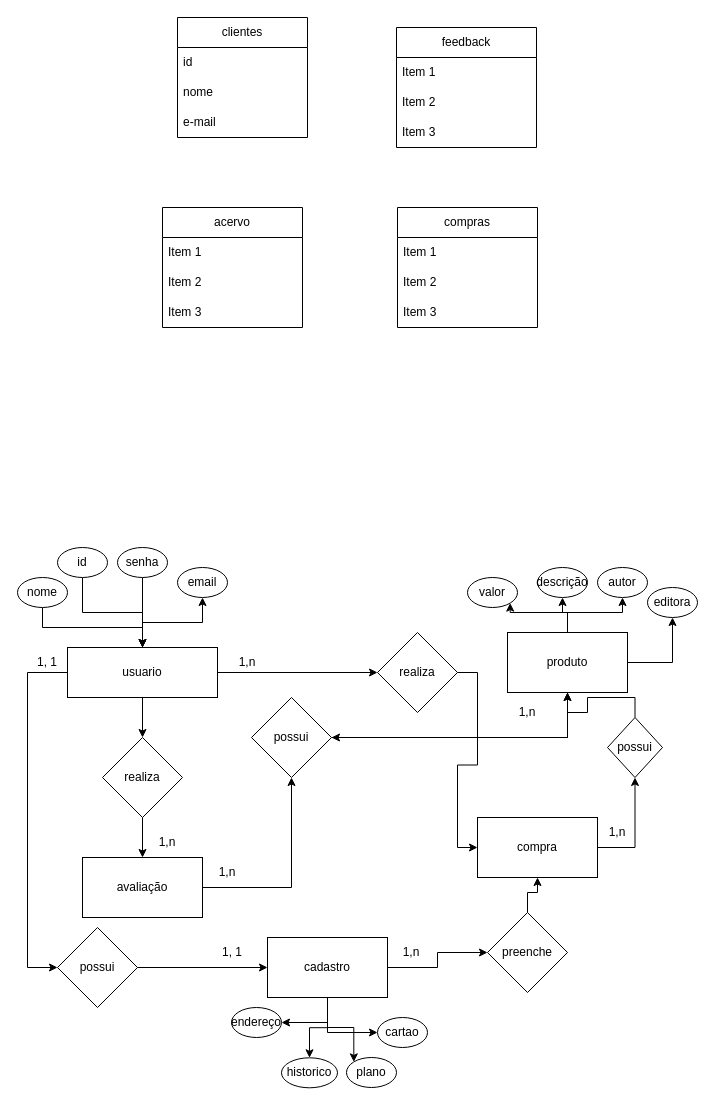
Earlier version of the draw.io diagram Diagrama sem nome.drawio (Pedro1AF/Backlog). Source tidied: cells renumbered, new cells numbered last; positions are measured from the earlier drawing's top-left corner, leaving out a move shared by most shapes. Both pictures are drawn from the tidied source at 100%, with x=0, y=0 at pixel (17, 17).
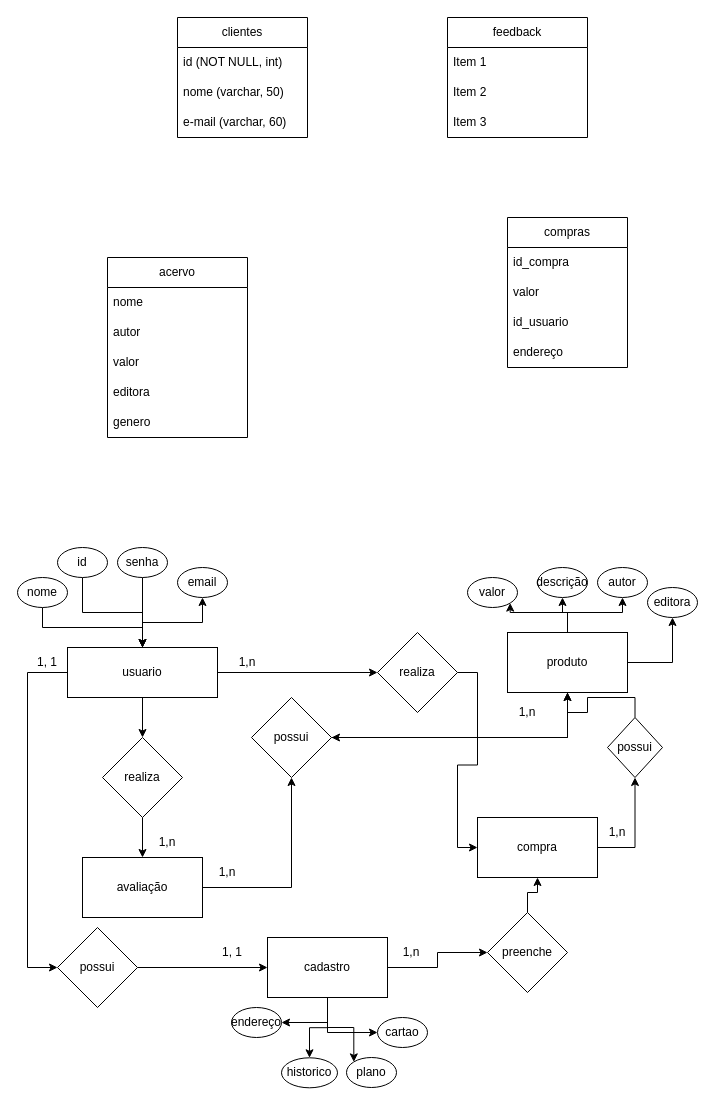
After the change.

Commit message:
cloquei um pouco mais no de classe

The change refers to these unchanged cells:
```xml
<mxCell id="59" value="clientes" style="swimlane;fontStyle=0;horizontal=1;startSize=30;whiteSpace=wrap;html=1;" parent="1" vertex="1">
  <mxGeometry x="160" width="130" height="120" as="geometry" />
</mxCell>
```

The edit, as a diff of the source:
```diff
@@
-    <mxCell id="60" value="id&lt;span style=&quot;white-space: pre;&quot;&gt;&#9;&lt;/span&gt;" style="text;strokeColor=none;fillColor=none;align=left;verticalAlign=middle;spacingLeft=4;spacingRight=4;overflow=hidden;whiteSpace=wrap;html=1;" parent="59" vertex="1">
+    <mxCell id="60" value="id (NOT NULL, int)&lt;span style=&quot;white-space: pre;&quot;&gt;&#9;&lt;/span&gt;" style="text;strokeColor=none;fillColor=none;align=left;verticalAlign=middle;spacingLeft=4;spacingRight=4;overflow=hidden;whiteSpace=wrap;html=1;" parent="59" vertex="1">
       <mxGeometry y="30" width="130" height="30" as="geometry" />
     </mxCell>
-    <mxCell id="61" value="nome" style="text;strokeColor=none;fillColor=none;align=left;verticalAlign=middle;spacingLeft=4;spacingRight=4;overflow=hidden;whiteSpace=wrap;html=1;" parent="59" vertex="1">
+    <mxCell id="61" value="nome (varchar, 50)" style="text;strokeColor=none;fillColor=none;align=left;verticalAlign=middle;spacingLeft=4;spacingRight=4;overflow=hidden;whiteSpace=wrap;html=1;" parent="59" vertex="1">
       <mxGeometry y="60" width="130" height="30" as="geometry" />
     </mxCell>
-    <mxCell id="62" value="e-mail" style="text;strokeColor=none;fillColor=none;align=left;verticalAlign=middle;spacingLeft=4;spacingRight=4;overflow=hidden;whiteSpace=wrap;html=1;" parent="59" vertex="1">
+    <mxCell id="62" value="e-mail (varchar, 60)" style="text;strokeColor=none;fillColor=none;align=left;verticalAlign=middle;spacingLeft=4;spacingRight=4;overflow=hidden;whiteSpace=wrap;html=1;" parent="59" vertex="1">
       <mxGeometry y="90" width="130" height="30" as="geometry" />
     </mxCell>
     <mxCell id="63" value="acervo" style="swimlane;fontStyle=0;horizontal=1;startSize=30;whiteSpace=wrap;html=1;" parent="1" vertex="1">
-      <mxGeometry x="145" y="190" width="140" height="120" as="geometry" />
+      <mxGeometry x="90" y="240" width="140" height="180" as="geometry" />
     </mxCell>
-    <mxCell id="64" value="Item 1" style="text;strokeColor=none;fillColor=none;align=left;verticalAlign=middle;spacingLeft=4;spacingRight=4;overflow=hidden;whiteSpace=wrap;html=1;" parent="63" vertex="1">
+    <mxCell id="64" value="nome&lt;span style=&quot;white-space: pre;&quot;&gt;&#9;&lt;/span&gt;" style="text;strokeColor=none;fillColor=none;align=left;verticalAlign=middle;spacingLeft=4;spacingRight=4;overflow=hidden;whiteSpace=wrap;html=1;" parent="63" vertex="1">
       <mxGeometry y="30" width="140" height="30" as="geometry" />
     </mxCell>
-    <mxCell id="65" value="Item 2" style="text;strokeColor=none;fillColor=none;align=left;verticalAlign=middle;spacingLeft=4;spacingRight=4;overflow=hidden;whiteSpace=wrap;html=1;" parent="63" vertex="1">
+    <mxCell id="65" value="autor" style="text;strokeColor=none;fillColor=none;align=left;verticalAlign=middle;spacingLeft=4;spacingRight=4;overflow=hidden;whiteSpace=wrap;html=1;" parent="63" vertex="1">
       <mxGeometry y="60" width="140" height="30" as="geometry" />
     </mxCell>
-    <mxCell id="66" value="Item 3" style="text;strokeColor=none;fillColor=none;align=left;verticalAlign=middle;spacingLeft=4;spacingRight=4;overflow=hidden;whiteSpace=wrap;html=1;" parent="63" vertex="1">
+    <mxCell id="66" value="valor" style="text;strokeColor=none;fillColor=none;align=left;verticalAlign=middle;spacingLeft=4;spacingRight=4;overflow=hidden;whiteSpace=wrap;html=1;" parent="63" vertex="1">
       <mxGeometry y="90" width="140" height="30" as="geometry" />
     </mxCell>
+    <mxCell id="75" value="editora" style="text;strokeColor=none;fillColor=none;align=left;verticalAlign=middle;spacingLeft=4;spacingRight=4;overflow=hidden;whiteSpace=wrap;html=1;" parent="63" vertex="1">
+      <mxGeometry y="120" width="140" height="30" as="geometry" />
+    </mxCell>
+    <mxCell id="76" value="genero" style="text;strokeColor=none;fillColor=none;align=left;verticalAlign=middle;spacingLeft=4;spacingRight=4;overflow=hidden;whiteSpace=wrap;html=1;" parent="63" vertex="1">
+      <mxGeometry y="150" width="140" height="30" as="geometry" />
+    </mxCell>
     <mxCell id="67" value="feedback" style="swimlane;fontStyle=0;horizontal=1;startSize=30;whiteSpace=wrap;html=1;" parent="1" vertex="1">
-      <mxGeometry x="379" y="10" width="140" height="120" as="geometry" />
+      <mxGeometry x="430" width="140" height="120" as="geometry" />
     </mxCell>
@@
     <mxCell id="71" value="compras" style="swimlane;fontStyle=0;horizontal=1;startSize=30;whiteSpace=wrap;html=1;" parent="1" vertex="1">
-      <mxGeometry x="380" y="190" width="140" height="120" as="geometry" />
+      <mxGeometry x="490" y="200" width="120" height="150" as="geometry" />
     </mxCell>
-    <mxCell id="72" value="Item 1" style="text;strokeColor=none;fillColor=none;align=left;verticalAlign=middle;spacingLeft=4;spacingRight=4;overflow=hidden;whiteSpace=wrap;html=1;" parent="71" vertex="1">
-      <mxGeometry y="30" width="140" height="30" as="geometry" />
+    <mxCell id="72" value="id_compra" style="text;strokeColor=none;fillColor=none;align=left;verticalAlign=middle;spacingLeft=4;spacingRight=4;overflow=hidden;whiteSpace=wrap;html=1;" parent="71" vertex="1">
+      <mxGeometry y="30" width="120" height="30" as="geometry" />
     </mxCell>
-    <mxCell id="73" value="Item 2" style="text;strokeColor=none;fillColor=none;align=left;verticalAlign=middle;spacingLeft=4;spacingRight=4;overflow=hidden;whiteSpace=wrap;html=1;" parent="71" vertex="1">
-      <mxGeometry y="60" width="140" height="30" as="geometry" />
+    <mxCell id="73" value="valor" style="text;strokeColor=none;fillColor=none;align=left;verticalAlign=middle;spacingLeft=4;spacingRight=4;overflow=hidden;whiteSpace=wrap;html=1;" parent="71" vertex="1">
+      <mxGeometry y="60" width="120" height="30" as="geometry" />
     </mxCell>
-    <mxCell id="74" value="Item 3" style="text;strokeColor=none;fillColor=none;align=left;verticalAlign=middle;spacingLeft=4;spacingRight=4;overflow=hidden;whiteSpace=wrap;html=1;" parent="71" vertex="1">
-      <mxGeometry y="90" width="140" height="30" as="geometry" />
+    <mxCell id="74" value="id_usuario" style="text;strokeColor=none;fillColor=none;align=left;verticalAlign=middle;spacingLeft=4;spacingRight=4;overflow=hidden;whiteSpace=wrap;html=1;" parent="71" vertex="1">
+      <mxGeometry y="90" width="120" height="30" as="geometry" />
     </mxCell>
+    <mxCell id="77" value="endereço" style="text;strokeColor=none;fillColor=none;align=left;verticalAlign=middle;spacingLeft=4;spacingRight=4;overflow=hidden;whiteSpace=wrap;html=1;" parent="71" vertex="1">
+      <mxGeometry y="120" width="120" height="30" as="geometry" />
+    </mxCell>
```
